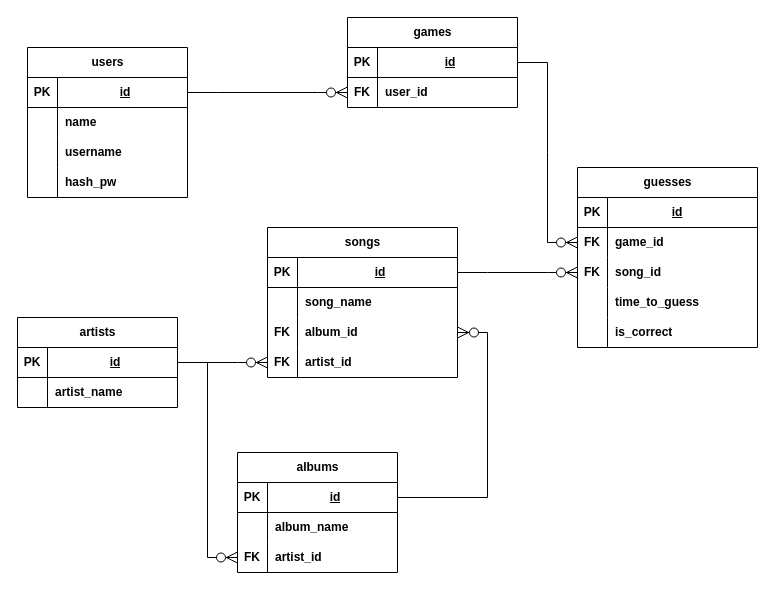
Earlier version of the draw.io diagram notes/pulseRDB.drawio (drs0057/Pulse). Source tidied: cells renumbered, new cells numbered last; positions are measured from the earlier drawing's top-left corner, leaving out a move shared by most shapes. Both pictures are drawn from the tidied source at 100%, with x=0, y=0 at pixel (17, 17).
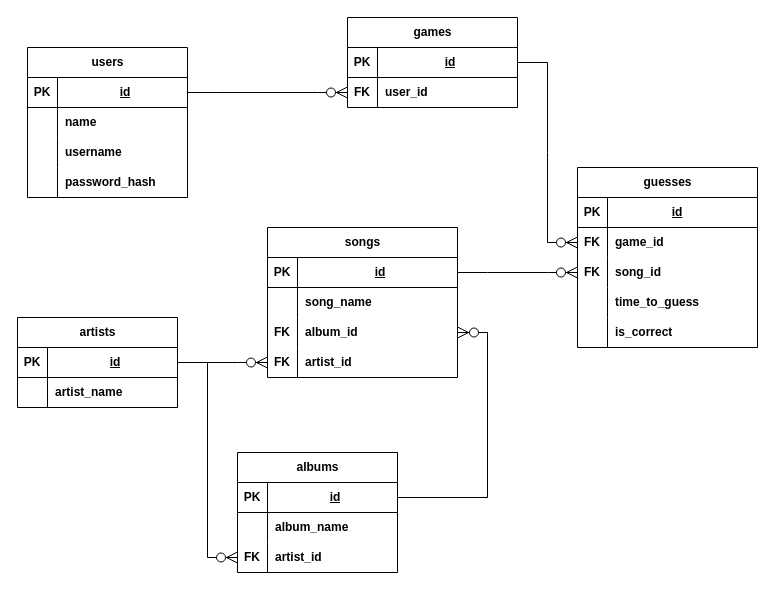
The same diagram, later.

The change refers to these unchanged cells:
```xml
<mxCell id="25" style="shape=tableRow;horizontal=0;startSize=0;swimlaneHead=0;swimlaneBody=0;fillColor=none;top=0;left=0;right=0;bottom=0;" parent="15" vertex="1">
  <mxGeometry y="120" width="160" height="30" as="geometry" />
</mxCell>
```

Diff of the diagram source:
```diff
@@
-    <mxCell id="27" value="&lt;b&gt;hash_pw&lt;/b&gt;" style="shape=partialRectangle;fillColor=none;top=0;left=0;bottom=0;right=0;align=left;spacingLeft=6;overflow=hidden;whiteSpace=wrap;html=1;" parent="25" vertex="1">
+    <mxCell id="27" value="&lt;b&gt;password_hash&lt;/b&gt;" style="shape=partialRectangle;fillColor=none;top=0;left=0;bottom=0;right=0;align=left;spacingLeft=6;overflow=hidden;whiteSpace=wrap;html=1;" parent="25" vertex="1">
       <mxGeometry x="30" width="130" height="30" as="geometry" />
     </mxCell>
```
